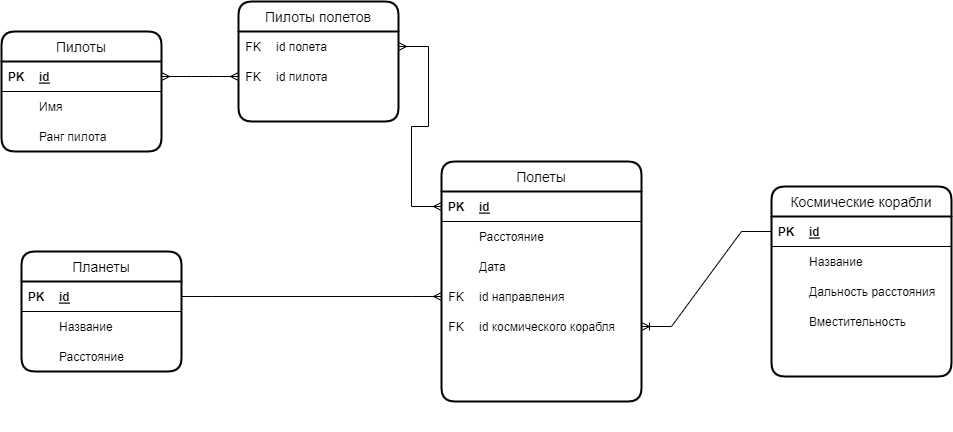
This is part1/космопорт.drawio.png from Kolesa-Education/kolesa-upgrade-homework-4, a draw.io export, as it was before one commit. Source tidied: cells renumbered, new cells last; positions are measured from the earlier drawing's top-left corner, leaving out a move shared by most shapes.
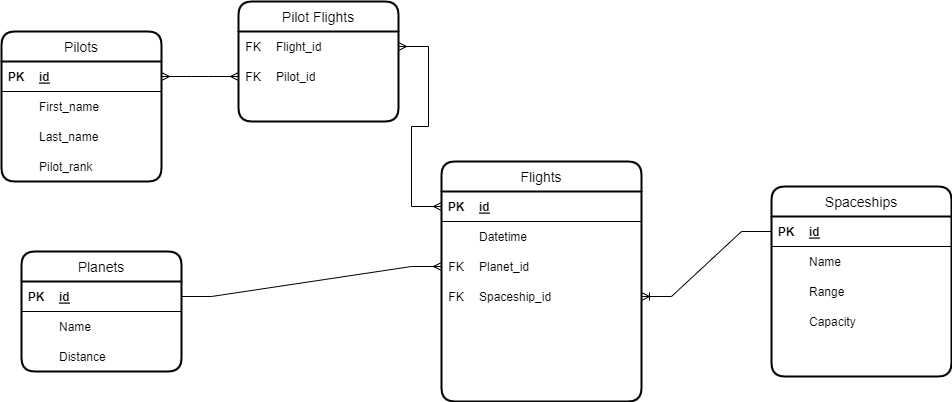
After the commit.

Commit message:
docs: modify spaceport & cinema db design

Change to the diagram source:
```diff
@@ -2,7 +2,7 @@
   <root>
     <mxCell id="0" />
     <mxCell id="1" parent="0" />
-    <mxCell id="2" value="Космические корабли" style="swimlane;horizontal=1;startSize=30;rounded=1;fontSize=14;fontStyle=0;strokeWidth=2;shadow=0;dashed=0;align=center;" parent="1" vertex="1">
+    <mxCell id="2" value="Spaceships" style="swimlane;horizontal=1;startSize=30;rounded=1;fontSize=14;fontStyle=0;strokeWidth=2;shadow=0;dashed=0;align=center;" parent="1" vertex="1">
       <mxGeometry x="770" y="185" width="180" height="190" as="geometry" />
     </mxCell>
     <mxCell id="3" style="shape=table;startSize=0;rowLines=0;fontStyle=0;align=center;strokeColor=none;fillColor=none;" parent="2" vertex="1">
@@ -23,7 +23,7 @@
     <mxCell id="8" style="shape=partialRectangle;fillColor=none;top=0;left=0;bottom=0;right=0;overflow=hidden;" parent="7" vertex="1">
       <mxGeometry width="30" height="30" as="geometry" />
     </mxCell>
-    <mxCell id="9" value="Название" style="shape=partialRectangle;fillColor=none;top=0;left=0;bottom=0;right=0;align=left;spacingLeft=6;overflow=hidden;" parent="7" vertex="1">
+    <mxCell id="9" value="Name" style="shape=partialRectangle;fillColor=none;top=0;left=0;bottom=0;right=0;align=left;spacingLeft=6;overflow=hidden;" parent="7" vertex="1">
       <mxGeometry x="30" width="150" height="30" as="geometry" />
     </mxCell>
     <mxCell id="10" style="shape=tableRow;horizontal=0;startSize=0;swimlaneHead=0;swimlaneBody=0;fillColor=none;top=0;left=0;right=0;bottom=0;" parent="3" vertex="1">
@@ -32,7 +32,7 @@
     <mxCell id="11" style="shape=partialRectangle;fillColor=none;top=0;left=0;bottom=0;right=0;overflow=hidden;" parent="10" vertex="1">
       <mxGeometry width="30" height="30" as="geometry" />
     </mxCell>
-    <mxCell id="12" value="Дальность расстояния" style="shape=partialRectangle;fillColor=none;top=0;left=0;bottom=0;right=0;align=left;spacingLeft=6;overflow=hidden;" parent="10" vertex="1">
+    <mxCell id="12" value="Range" style="shape=partialRectangle;fillColor=none;top=0;left=0;bottom=0;right=0;align=left;spacingLeft=6;overflow=hidden;" parent="10" vertex="1">
       <mxGeometry x="30" width="150" height="30" as="geometry" />
     </mxCell>
     <mxCell id="13" style="shape=tableRow;horizontal=0;startSize=0;swimlaneHead=0;swimlaneBody=0;fillColor=none;top=0;left=0;right=0;bottom=0;" parent="3" vertex="1">
@@ -41,14 +41,14 @@
     <mxCell id="14" style="shape=partialRectangle;fillColor=none;top=0;left=0;bottom=0;right=0;overflow=hidden;" parent="13" vertex="1">
       <mxGeometry width="30" height="30" as="geometry" />
     </mxCell>
-    <mxCell id="15" value="Вместительность" style="shape=partialRectangle;fillColor=none;top=0;left=0;bottom=0;right=0;align=left;spacingLeft=6;overflow=hidden;" parent="13" vertex="1">
+    <mxCell id="15" value="Capacity" style="shape=partialRectangle;fillColor=none;top=0;left=0;bottom=0;right=0;align=left;spacingLeft=6;overflow=hidden;" parent="13" vertex="1">
       <mxGeometry x="30" width="150" height="30" as="geometry" />
     </mxCell>
-    <mxCell id="16" value="Полеты" style="swimlane;horizontal=1;startSize=30;rounded=1;fontSize=14;fontStyle=0;strokeWidth=2;shadow=0;dashed=0;align=center;" parent="1" vertex="1">
+    <mxCell id="16" value="Flights" style="swimlane;horizontal=1;startSize=30;rounded=1;fontSize=14;fontStyle=0;strokeWidth=2;shadow=0;dashed=0;align=center;" parent="1" vertex="1">
       <mxGeometry x="440" y="160" width="200" height="240" as="geometry" />
     </mxCell>
     <mxCell id="17" style="shape=table;startSize=0;rowLines=0;fontStyle=0;align=center;strokeColor=none;fillColor=none;" parent="16" vertex="1">
-      <mxGeometry y="30" width="200" height="240" as="geometry" />
+      <mxGeometry y="30" width="200" height="210" as="geometry" />
     </mxCell>
     <mxCell id="18" style="shape=tableRow;horizontal=0;startSize=0;swimlaneHead=0;swimlaneBody=0;fillColor=none;points=[[0,0.5],[1,0.5]];portConstraint=eastwest;top=0;left=0;right=0;bottom=1;" parent="17" vertex="1">
       <mxGeometry width="200" height="30" as="geometry" />
@@ -59,44 +59,35 @@
     <mxCell id="20" value="id" style="shape=partialRectangle;fillColor=none;top=0;left=0;bottom=0;right=0;align=left;spacingLeft=6;fontStyle=5;overflow=hidden;" parent="18" vertex="1">
       <mxGeometry x="30" width="170" height="30" as="geometry" />
     </mxCell>
-    <mxCell id="21" style="shape=tableRow;horizontal=0;startSize=0;swimlaneHead=0;swimlaneBody=0;fillColor=none;top=0;left=0;right=0;bottom=0;" parent="17" vertex="1">
-      <mxGeometry y="30" width="200" height="30" as="geometry" />
-    </mxCell>
-    <mxCell id="22" style="shape=partialRectangle;fillColor=none;top=0;left=0;bottom=0;right=0;overflow=hidden;" parent="21" vertex="1">
-      <mxGeometry width="30" height="30" as="geometry" />
-    </mxCell>
-    <mxCell id="23" value="Расстояние" style="shape=partialRectangle;fillColor=none;top=0;left=0;bottom=0;right=0;align=left;spacingLeft=6;overflow=hidden;" parent="21" vertex="1">
-      <mxGeometry x="30" width="170" height="30" as="geometry" />
-    </mxCell>
     <mxCell id="24" style="shape=tableRow;horizontal=0;startSize=0;swimlaneHead=0;swimlaneBody=0;fillColor=none;top=0;left=0;right=0;bottom=0;" parent="17" vertex="1">
-      <mxGeometry y="60" width="200" height="30" as="geometry" />
+      <mxGeometry y="30" width="200" height="30" as="geometry" />
     </mxCell>
     <mxCell id="25" style="shape=partialRectangle;fillColor=none;top=0;left=0;bottom=0;right=0;overflow=hidden;" parent="24" vertex="1">
       <mxGeometry width="30" height="30" as="geometry" />
     </mxCell>
-    <mxCell id="26" value="Дата" style="shape=partialRectangle;fillColor=none;top=0;left=0;bottom=0;right=0;align=left;spacingLeft=6;overflow=hidden;" parent="24" vertex="1">
+    <mxCell id="26" value="Datetime" style="shape=partialRectangle;fillColor=none;top=0;left=0;bottom=0;right=0;align=left;spacingLeft=6;overflow=hidden;" parent="24" vertex="1">
       <mxGeometry x="30" width="170" height="30" as="geometry" />
     </mxCell>
     <mxCell id="27" style="shape=tableRow;horizontal=0;startSize=0;swimlaneHead=0;swimlaneBody=0;fillColor=none;points=[[0,0.5],[1,0.5]];portConstraint=eastwest;top=0;left=0;right=0;bottom=0;" parent="17" vertex="1">
-      <mxGeometry y="90" width="200" height="30" as="geometry" />
+      <mxGeometry y="60" width="200" height="30" as="geometry" />
     </mxCell>
     <mxCell id="28" value="FK" style="shape=partialRectangle;fillColor=none;top=0;left=0;bottom=0;right=0;fontStyle=0;overflow=hidden;" parent="27" vertex="1">
       <mxGeometry width="30" height="30" as="geometry" />
     </mxCell>
-    <mxCell id="29" value="id направления" style="shape=partialRectangle;fillColor=none;top=0;left=0;bottom=0;right=0;align=left;spacingLeft=6;fontStyle=0;overflow=hidden;" parent="27" vertex="1">
+    <mxCell id="29" value="Planet_id" style="shape=partialRectangle;fillColor=none;top=0;left=0;bottom=0;right=0;align=left;spacingLeft=6;fontStyle=0;overflow=hidden;" parent="27" vertex="1">
       <mxGeometry x="30" width="170" height="30" as="geometry" />
     </mxCell>
     <mxCell id="30" style="shape=tableRow;horizontal=0;startSize=0;swimlaneHead=0;swimlaneBody=0;fillColor=none;points=[[0,0.5],[1,0.5]];portConstraint=eastwest;top=0;left=0;right=0;bottom=0;" parent="17" vertex="1">
-      <mxGeometry y="120" width="200" height="30" as="geometry" />
+      <mxGeometry y="90" width="200" height="30" as="geometry" />
     </mxCell>
     <mxCell id="31" value="FK" style="shape=partialRectangle;fillColor=none;top=0;left=0;bottom=0;right=0;fontStyle=0;overflow=hidden;" parent="30" vertex="1">
       <mxGeometry width="30" height="30" as="geometry" />
     </mxCell>
-    <mxCell id="32" value="id космического корабля" style="shape=partialRectangle;fillColor=none;top=0;left=0;bottom=0;right=0;align=left;spacingLeft=6;fontStyle=0;overflow=hidden;" parent="30" vertex="1">
+    <mxCell id="32" value="Spaceship_id" style="shape=partialRectangle;fillColor=none;top=0;left=0;bottom=0;right=0;align=left;spacingLeft=6;fontStyle=0;overflow=hidden;" parent="30" vertex="1">
       <mxGeometry x="30" width="170" height="30" as="geometry" />
     </mxCell>
     <mxCell id="33" style="shape=tableRow;horizontal=0;startSize=0;swimlaneHead=0;swimlaneBody=0;fillColor=none;top=0;left=0;right=0;bottom=0;" parent="17" vertex="1">
-      <mxGeometry y="150" width="200" height="30" as="geometry" />
+      <mxGeometry y="120" width="200" height="30" as="geometry" />
     </mxCell>
     <mxCell id="34" style="shape=partialRectangle;fillColor=none;top=0;left=0;bottom=0;right=0;overflow=hidden;" parent="33" vertex="1">
       <mxGeometry width="30" height="30" as="geometry" />
@@ -104,17 +95,8 @@
     <mxCell id="35" style="shape=partialRectangle;fillColor=none;top=0;left=0;bottom=0;right=0;align=left;spacingLeft=6;overflow=hidden;" parent="33" vertex="1">
       <mxGeometry x="30" width="170" height="30" as="geometry" />
     </mxCell>
-    <mxCell id="36" style="shape=tableRow;horizontal=0;startSize=0;swimlaneHead=0;swimlaneBody=0;fillColor=none;top=0;left=0;right=0;bottom=0;" parent="17" vertex="1">
-      <mxGeometry y="180" width="200" height="30" as="geometry" />
-    </mxCell>
-    <mxCell id="37" style="shape=partialRectangle;fillColor=none;top=0;left=0;bottom=0;right=0;overflow=hidden;" parent="36" vertex="1">
-      <mxGeometry width="30" height="30" as="geometry" />
-    </mxCell>
-    <mxCell id="38" style="shape=partialRectangle;fillColor=none;top=0;left=0;bottom=0;right=0;align=left;spacingLeft=6;overflow=hidden;" parent="36" vertex="1">
-      <mxGeometry x="30" width="170" height="30" as="geometry" />
-    </mxCell>
     <mxCell id="39" style="shape=tableRow;horizontal=0;startSize=0;swimlaneHead=0;swimlaneBody=0;fillColor=none;top=0;left=0;right=0;bottom=0;" parent="17" vertex="1">
-      <mxGeometry y="210" width="200" height="30" as="geometry" />
+      <mxGeometry y="150" width="200" height="30" as="geometry" />
     </mxCell>
     <mxCell id="40" style="shape=partialRectangle;fillColor=none;top=0;left=0;bottom=0;right=0;overflow=hidden;" parent="39" vertex="1">
       <mxGeometry width="30" height="30" as="geometry" />
@@ -122,11 +104,11 @@
     <mxCell id="41" style="shape=partialRectangle;fillColor=none;top=0;left=0;bottom=0;right=0;align=left;spacingLeft=6;overflow=hidden;" parent="39" vertex="1">
       <mxGeometry x="30" width="170" height="30" as="geometry" />
     </mxCell>
-    <mxCell id="42" value="Пилоты" style="swimlane;horizontal=1;startSize=30;rounded=1;fontSize=14;fontStyle=0;strokeWidth=2;shadow=0;dashed=0;align=center;" parent="1" vertex="1">
-      <mxGeometry y="30" width="160" height="120" as="geometry" />
+    <mxCell id="42" value="Pilots" style="swimlane;horizontal=1;startSize=30;rounded=1;fontSize=14;fontStyle=0;strokeWidth=2;shadow=0;dashed=0;align=center;" parent="1" vertex="1">
+      <mxGeometry y="30" width="160" height="150" as="geometry" />
     </mxCell>
     <mxCell id="43" style="shape=table;startSize=0;rowLines=0;fontStyle=0;align=center;strokeColor=none;fillColor=none;" parent="42" vertex="1">
-      <mxGeometry y="30" width="160" height="90" as="geometry" />
+      <mxGeometry y="30" width="160" height="120" as="geometry" />
     </mxCell>
     <mxCell id="44" style="shape=tableRow;horizontal=0;startSize=0;swimlaneHead=0;swimlaneBody=0;fillColor=none;points=[[0,0.5],[1,0.5]];portConstraint=eastwest;top=0;left=0;right=0;bottom=1;" parent="43" vertex="1">
       <mxGeometry width="160" height="30" as="geometry" />
@@ -143,19 +125,28 @@
     <mxCell id="48" style="shape=partialRectangle;fillColor=none;top=0;left=0;bottom=0;right=0;overflow=hidden;" parent="47" vertex="1">
       <mxGeometry width="30" height="30" as="geometry" />
     </mxCell>
-    <mxCell id="49" value="Имя" style="shape=partialRectangle;fillColor=none;top=0;left=0;bottom=0;right=0;align=left;spacingLeft=6;overflow=hidden;" parent="47" vertex="1">
+    <mxCell id="49" value="First_name" style="shape=partialRectangle;fillColor=none;top=0;left=0;bottom=0;right=0;align=left;spacingLeft=6;overflow=hidden;" parent="47" vertex="1">
       <mxGeometry x="30" width="130" height="30" as="geometry" />
     </mxCell>
+    <mxCell id="76" style="shape=tableRow;horizontal=0;startSize=0;swimlaneHead=0;swimlaneBody=0;fillColor=none;top=0;left=0;right=0;bottom=0;" parent="43" vertex="1">
+      <mxGeometry y="60" width="160" height="30" as="geometry" />
+    </mxCell>
+    <mxCell id="77" style="shape=partialRectangle;fillColor=none;top=0;left=0;bottom=0;right=0;overflow=hidden;" parent="76" vertex="1">
+      <mxGeometry width="30" height="30" as="geometry" />
+    </mxCell>
+    <mxCell id="78" value="Last_name" style="shape=partialRectangle;fillColor=none;top=0;left=0;bottom=0;right=0;align=left;spacingLeft=6;overflow=hidden;" parent="76" vertex="1">
+      <mxGeometry x="30" width="130" height="30" as="geometry" />
+    </mxCell>
     <mxCell id="50" style="shape=tableRow;horizontal=0;startSize=0;swimlaneHead=0;swimlaneBody=0;fillColor=none;top=0;left=0;right=0;bottom=0;" parent="43" vertex="1">
-      <mxGeometry y="60" width="160" height="30" as="geometry" />
+      <mxGeometry y="90" width="160" height="30" as="geometry" />
     </mxCell>
     <mxCell id="51" style="shape=partialRectangle;fillColor=none;top=0;left=0;bottom=0;right=0;overflow=hidden;" parent="50" vertex="1">
       <mxGeometry width="30" height="30" as="geometry" />
     </mxCell>
-    <mxCell id="52" value="Ранг пилота" style="shape=partialRectangle;fillColor=none;top=0;left=0;bottom=0;right=0;align=left;spacingLeft=6;overflow=hidden;" parent="50" vertex="1">
+    <mxCell id="52" value="Pilot_rank" style="shape=partialRectangle;fillColor=none;top=0;left=0;bottom=0;right=0;align=left;spacingLeft=6;overflow=hidden;" parent="50" vertex="1">
       <mxGeometry x="30" width="130" height="30" as="geometry" />
     </mxCell>
-    <mxCell id="53" value="Планеты" style="swimlane;horizontal=1;startSize=30;rounded=1;fontSize=14;fontStyle=0;strokeWidth=2;shadow=0;dashed=0;align=center;" parent="1" vertex="1">
+    <mxCell id="53" value="Planets" style="swimlane;horizontal=1;startSize=30;rounded=1;fontSize=14;fontStyle=0;strokeWidth=2;shadow=0;dashed=0;align=center;" parent="1" vertex="1">
       <mxGeometry x="20" y="250" width="160" height="120" as="geometry" />
     </mxCell>
     <mxCell id="54" style="shape=table;startSize=0;rowLines=0;fontStyle=0;align=center;strokeColor=none;fillColor=none;" parent="53" vertex="1">
@@ -176,7 +167,7 @@
     <mxCell id="59" style="shape=partialRectangle;fillColor=none;top=0;left=0;bottom=0;right=0;overflow=hidden;" parent="58" vertex="1">
       <mxGeometry width="30" height="30" as="geometry" />
     </mxCell>
-    <mxCell id="60" value="Название" style="shape=partialRectangle;fillColor=none;top=0;left=0;bottom=0;right=0;align=left;spacingLeft=6;overflow=hidden;" parent="58" vertex="1">
+    <mxCell id="60" value="Name" style="shape=partialRectangle;fillColor=none;top=0;left=0;bottom=0;right=0;align=left;spacingLeft=6;overflow=hidden;" parent="58" vertex="1">
       <mxGeometry x="30" width="130" height="30" as="geometry" />
     </mxCell>
     <mxCell id="61" style="shape=tableRow;horizontal=0;startSize=0;swimlaneHead=0;swimlaneBody=0;fillColor=none;top=0;left=0;right=0;bottom=0;" parent="54" vertex="1">
@@ -185,7 +176,7 @@
     <mxCell id="62" style="shape=partialRectangle;fillColor=none;top=0;left=0;bottom=0;right=0;overflow=hidden;" parent="61" vertex="1">
       <mxGeometry width="30" height="30" as="geometry" />
     </mxCell>
-    <mxCell id="63" value="Расстояние" style="shape=partialRectangle;fillColor=none;top=0;left=0;bottom=0;right=0;align=left;spacingLeft=6;overflow=hidden;" parent="61" vertex="1">
+    <mxCell id="63" value="Distance" style="shape=partialRectangle;fillColor=none;top=0;left=0;bottom=0;right=0;align=left;spacingLeft=6;overflow=hidden;" parent="61" vertex="1">
       <mxGeometry x="30" width="130" height="30" as="geometry" />
     </mxCell>
     <mxCell id="64" style="edgeStyle=entityRelationEdgeStyle;fontSize=12;html=1;endArrow=ERoneToMany;rounded=0;" parent="1" edge="1" source="4" target="30">
@@ -194,7 +185,7 @@
     <mxCell id="65" style="edgeStyle=entityRelationEdgeStyle;fontSize=12;html=1;endArrow=ERmany;rounded=0;entryX=0;entryY=0.5;entryDx=0;entryDy=0;" parent="1" edge="1" source="55" target="27">
       <mxGeometry relative="1" as="geometry" />
     </mxCell>
-    <mxCell id="66" value="Пилоты полетов" style="swimlane;horizontal=1;startSize=30;rounded=1;fontSize=14;fontStyle=0;strokeWidth=2;shadow=0;dashed=0;align=center;" parent="1" vertex="1">
+    <mxCell id="66" value="Pilot Flights" style="swimlane;horizontal=1;startSize=30;rounded=1;fontSize=14;fontStyle=0;strokeWidth=2;shadow=0;dashed=0;align=center;" parent="1" vertex="1">
       <mxGeometry x="237" width="160" height="120" as="geometry" />
     </mxCell>
     <mxCell id="67" style="shape=table;startSize=0;rowLines=0;fontStyle=0;align=center;strokeColor=none;fillColor=none;" parent="66" vertex="1">
@@ -206,7 +197,7 @@
     <mxCell id="69" value="FK" style="shape=partialRectangle;fillColor=none;top=0;left=0;bottom=0;right=0;fontStyle=0;overflow=hidden;" parent="68" vertex="1">
       <mxGeometry width="30" height="30" as="geometry" />
     </mxCell>
-    <mxCell id="70" value="id полета" style="shape=partialRectangle;fillColor=none;top=0;left=0;bottom=0;right=0;align=left;spacingLeft=6;fontStyle=0;overflow=hidden;" parent="68" vertex="1">
+    <mxCell id="70" value="Flight_id" style="shape=partialRectangle;fillColor=none;top=0;left=0;bottom=0;right=0;align=left;spacingLeft=6;fontStyle=0;overflow=hidden;" parent="68" vertex="1">
       <mxGeometry x="30" width="130" height="30" as="geometry" />
     </mxCell>
     <mxCell id="71" style="shape=tableRow;horizontal=0;startSize=0;swimlaneHead=0;swimlaneBody=0;fillColor=none;points=[[0,0.5],[1,0.5]];portConstraint=eastwest;top=0;left=0;right=0;bottom=0;" parent="67" vertex="1">
@@ -215,7 +206,7 @@
     <mxCell id="72" value="FK" style="shape=partialRectangle;fillColor=none;top=0;left=0;bottom=0;right=0;fontStyle=0;overflow=hidden;" parent="71" vertex="1">
       <mxGeometry width="30" height="30" as="geometry" />
     </mxCell>
-    <mxCell id="73" value="id пилота" style="shape=partialRectangle;fillColor=none;top=0;left=0;bottom=0;right=0;align=left;spacingLeft=6;fontStyle=0;overflow=hidden;" parent="71" vertex="1">
+    <mxCell id="73" value="Pilot_id" style="shape=partialRectangle;fillColor=none;top=0;left=0;bottom=0;right=0;align=left;spacingLeft=6;fontStyle=0;overflow=hidden;" parent="71" vertex="1">
       <mxGeometry x="30" width="130" height="30" as="geometry" />
     </mxCell>
     <mxCell id="74" style="edgeStyle=entityRelationEdgeStyle;fontSize=12;html=1;endArrow=ERmany;startArrow=ERmany;rounded=0;exitX=0;exitY=0.5;exitDx=0;exitDy=0;" parent="1" edge="1" source="18" target="68">
```
